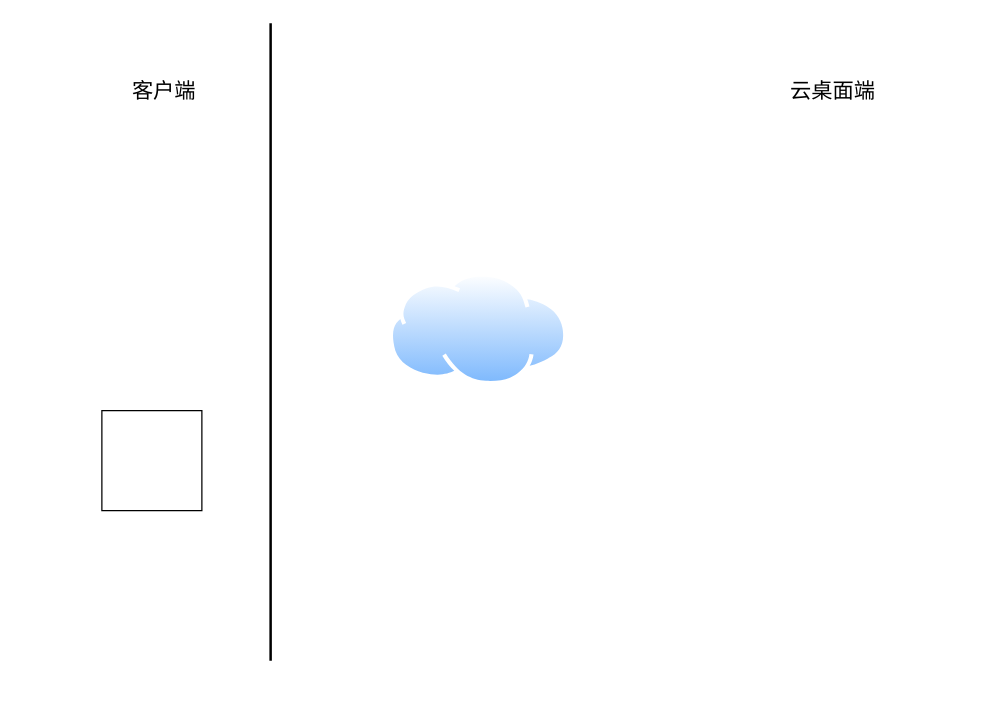
Earlier version of the draw.io diagram 视频加速器架构.drawio (gduthhq/graphic). Source tidied: cells renumbered, new cells numbered last; positions are measured from the earlier drawing's top-left corner, leaving out a move shared by most shapes. Both pictures are drawn from the tidied source at 125%, with x=0, y=0 at pixel (101, 22).
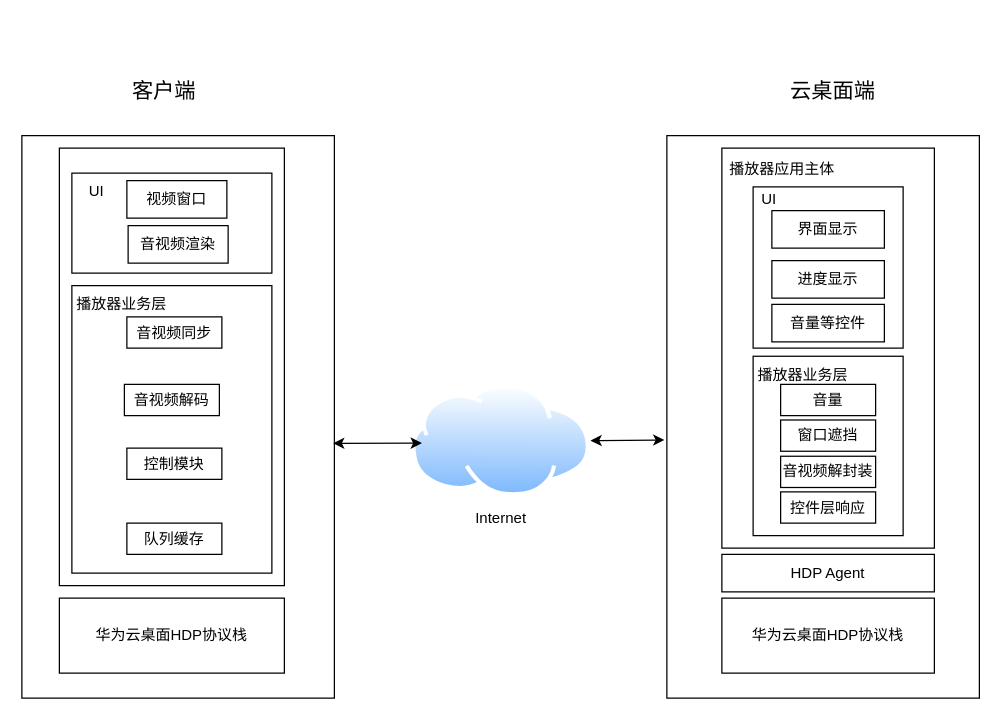
Above is the later version.

Commit message:
更新视频加速器架构.drawio

The edit, as a diff of the source:
```diff
@@
-    <mxCell id="2" style="whiteSpace=wrap;html=1;" parent="1" vertex="1">
-      <mxGeometry y="310" width="80" height="80" as="geometry" />
-    </mxCell>
-    <mxCell id="3" style="image;perimeter=ellipsePerimeter;html=1;align=center;shadow=0;dashed=0;spacingTop=3;image=img/lib/active_directory/internet_cloud.svg;" parent="1" vertex="1">
-      <mxGeometry x="230" y="200" width="142.9" height="90" as="geometry" />
+    <mxCell id="3" value="Internet" style="image;perimeter=ellipsePerimeter;html=1;align=center;shadow=0;dashed=0;spacingTop=3;image=img/lib/active_directory/internet_cloud.svg;" parent="1" vertex="1">
+      <mxGeometry x="248" y="289" width="142.9" height="90" as="geometry" />
     </mxCell>
@@
-    <mxCell id="6" style="line;strokeWidth=2;direction=south;html=1;" parent="1" vertex="1">
-      <mxGeometry x="130" width="10" height="510" as="geometry" />
-    </mxCell>
+    <mxCell id="7" style="rounded=0;whiteSpace=wrap;html=1;" parent="1" vertex="1">
+      <mxGeometry x="452" y="90" width="250" height="450" as="geometry" />
+    </mxCell>
+    <mxCell id="8" style="rounded=0;whiteSpace=wrap;html=1;" parent="1" vertex="1">
+      <mxGeometry x="-64" y="90" width="250" height="450" as="geometry" />
+    </mxCell>
+    <mxCell id="9" value="华为云桌面HDP协议栈" style="rounded=0;whiteSpace=wrap;html=1;" parent="1" vertex="1">
+      <mxGeometry x="-34" y="460" width="180" height="60" as="geometry" />
+    </mxCell>
+    <mxCell id="10" value="华为云桌面HDP协议栈" style="rounded=0;whiteSpace=wrap;html=1;" parent="1" vertex="1">
+      <mxGeometry x="496" y="460" width="170" height="60" as="geometry" />
+    </mxCell>
+    <mxCell id="11" style="rounded=0;whiteSpace=wrap;html=1;" parent="1" vertex="1">
+      <mxGeometry x="-34" y="100" width="180" height="350" as="geometry" />
+    </mxCell>
+    <mxCell id="12" value="HDP Agent" style="rounded=0;whiteSpace=wrap;html=1;" parent="1" vertex="1">
+      <mxGeometry x="496" y="425" width="170" height="30" as="geometry" />
+    </mxCell>
+    <mxCell id="13" style="endArrow=classic;startArrow=classic;html=1;rounded=0;exitX=0.996;exitY=0.547;exitDx=0;exitDy=0;exitPerimeter=0;entryX=0.056;entryY=0.522;entryDx=0;entryDy=0;entryPerimeter=0;" parent="1" edge="1" source="8" target="3">
+      <mxGeometry relative="1" as="geometry" />
+    </mxCell>
+    <mxCell id="14" style="endArrow=classic;startArrow=classic;html=1;rounded=0;entryX=-0.008;entryY=0.541;entryDx=0;entryDy=0;entryPerimeter=0;" parent="1" edge="1" source="3" target="7">
+      <mxGeometry relative="1" as="geometry" />
+    </mxCell>
+    <mxCell id="15" style="rounded=0;whiteSpace=wrap;html=1;" parent="1" vertex="1">
+      <mxGeometry x="496" y="100" width="170" height="320" as="geometry" />
+    </mxCell>
+    <mxCell id="16" style="rounded=0;whiteSpace=wrap;html=1;" parent="1" vertex="1">
+      <mxGeometry x="-24" y="120" width="160" height="80" as="geometry" />
+    </mxCell>
+    <mxCell id="17" value="UI" style="text;html=1;whiteSpace=wrap;strokeColor=none;fillColor=none;align=center;verticalAlign=middle;rounded=0;" parent="1" vertex="1">
+      <mxGeometry x="-34" y="120" width="60" height="30" as="geometry" />
+    </mxCell>
+    <mxCell id="18" value="视频窗口" style="rounded=0;whiteSpace=wrap;html=1;" parent="1" vertex="1">
+      <mxGeometry x="20" y="126" width="80" height="30" as="geometry" />
+    </mxCell>
+    <mxCell id="19" value="音视频渲染" style="rounded=0;whiteSpace=wrap;html=1;" parent="1" vertex="1">
+      <mxGeometry x="21" y="162" width="80" height="30" as="geometry" />
+    </mxCell>
+    <mxCell id="20" style="rounded=0;whiteSpace=wrap;html=1;" parent="1" vertex="1">
+      <mxGeometry x="-24" y="210" width="160" height="230" as="geometry" />
+    </mxCell>
+    <mxCell id="21" value="播放器业务层" style="text;html=1;whiteSpace=wrap;strokeColor=none;fillColor=none;align=center;verticalAlign=middle;rounded=0;" parent="1" vertex="1">
+      <mxGeometry x="-24" y="210" width="80" height="30" as="geometry" />
+    </mxCell>
+    <mxCell id="22" value="音视频同步" style="rounded=0;whiteSpace=wrap;html=1;" parent="1" vertex="1">
+      <mxGeometry x="20" y="235" width="76" height="25" as="geometry" />
+    </mxCell>
+    <mxCell id="23" value="音视频解码" style="rounded=0;whiteSpace=wrap;html=1;" parent="1" vertex="1">
+      <mxGeometry x="18" y="289" width="76" height="25" as="geometry" />
+    </mxCell>
+    <mxCell id="24" value="控制模块" style="rounded=0;whiteSpace=wrap;html=1;" parent="1" vertex="1">
+      <mxGeometry x="20" y="340" width="76" height="25" as="geometry" />
+    </mxCell>
+    <mxCell id="25" value="队列缓存" style="rounded=0;whiteSpace=wrap;html=1;" parent="1" vertex="1">
+      <mxGeometry x="20" y="400" width="76" height="25" as="geometry" />
+    </mxCell>
+    <mxCell id="26" style="rounded=0;whiteSpace=wrap;html=1;" parent="1" vertex="1">
+      <mxGeometry x="521" y="131" width="120" height="129" as="geometry" />
+    </mxCell>
+    <mxCell id="27" value="UI" style="text;html=1;whiteSpace=wrap;strokeColor=none;fillColor=none;align=center;verticalAlign=middle;rounded=0;" parent="1" vertex="1">
+      <mxGeometry x="504" y="126" width="60" height="30" as="geometry" />
+    </mxCell>
+    <mxCell id="28" value="播放器应用主体" style="text;html=1;whiteSpace=wrap;strokeColor=none;fillColor=none;align=center;verticalAlign=middle;rounded=0;" parent="1" vertex="1">
+      <mxGeometry x="496" y="102" width="96.6" height="30" as="geometry" />
+    </mxCell>
+    <mxCell id="29" value="界面显示" style="rounded=0;whiteSpace=wrap;html=1;" parent="1" vertex="1">
+      <mxGeometry x="536" y="150" width="90" height="30" as="geometry" />
+    </mxCell>
+    <mxCell id="30" value="进度显示" style="rounded=0;whiteSpace=wrap;html=1;" parent="1" vertex="1">
+      <mxGeometry x="536" y="190" width="90" height="30" as="geometry" />
+    </mxCell>
+    <mxCell id="31" value="音量等控件" style="rounded=0;whiteSpace=wrap;html=1;" parent="1" vertex="1">
+      <mxGeometry x="536" y="225" width="90" height="30" as="geometry" />
+    </mxCell>
+    <mxCell id="32" style="rounded=0;whiteSpace=wrap;html=1;" parent="1" vertex="1">
+      <mxGeometry x="521" y="266.5" width="120" height="143.5" as="geometry" />
+    </mxCell>
+    <mxCell id="33" value="播放器业务层" style="text;html=1;whiteSpace=wrap;strokeColor=none;fillColor=none;align=center;verticalAlign=middle;rounded=0;" parent="1" vertex="1">
+      <mxGeometry x="521" y="266.5" width="80" height="30" as="geometry" />
+    </mxCell>
+    <mxCell id="34" value="音量" style="rounded=0;whiteSpace=wrap;html=1;" parent="1" vertex="1">
+      <mxGeometry x="543" y="289" width="76" height="25" as="geometry" />
+    </mxCell>
+    <mxCell id="35" value="窗口遮挡" style="rounded=0;whiteSpace=wrap;html=1;" parent="1" vertex="1">
+      <mxGeometry x="543" y="317.5" width="76" height="25" as="geometry" />
+    </mxCell>
+    <mxCell id="36" value="音视频解封装" style="rounded=0;whiteSpace=wrap;html=1;" parent="1" vertex="1">
+      <mxGeometry x="543" y="346.5" width="76" height="25" as="geometry" />
+    </mxCell>
+    <mxCell id="37" value="控件层响应" style="rounded=0;whiteSpace=wrap;html=1;" parent="1" vertex="1">
+      <mxGeometry x="543" y="375" width="76" height="25" as="geometry" />
+    </mxCell>
```
